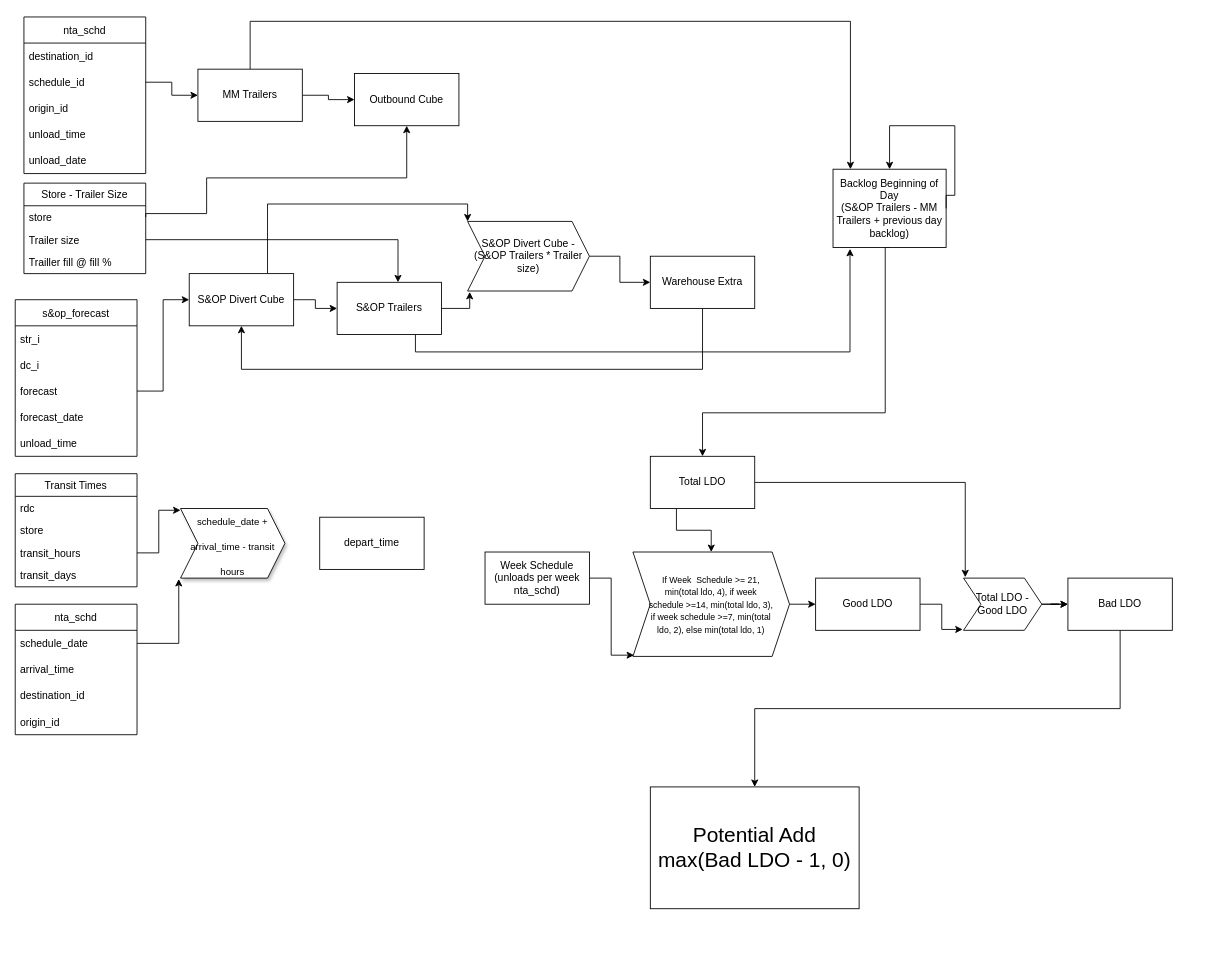
Above: Untitled Diagram.drawio in daniale93/draw.io (draw.io), before the change. Source tidied: cells renumbered, new cells numbered last; positions are measured from the earlier drawing's top-left corner, leaving out a move shared by most shapes. Both pictures are drawn from the tidied source at 87%, with x=0, y=0 at pixel (15, 17).
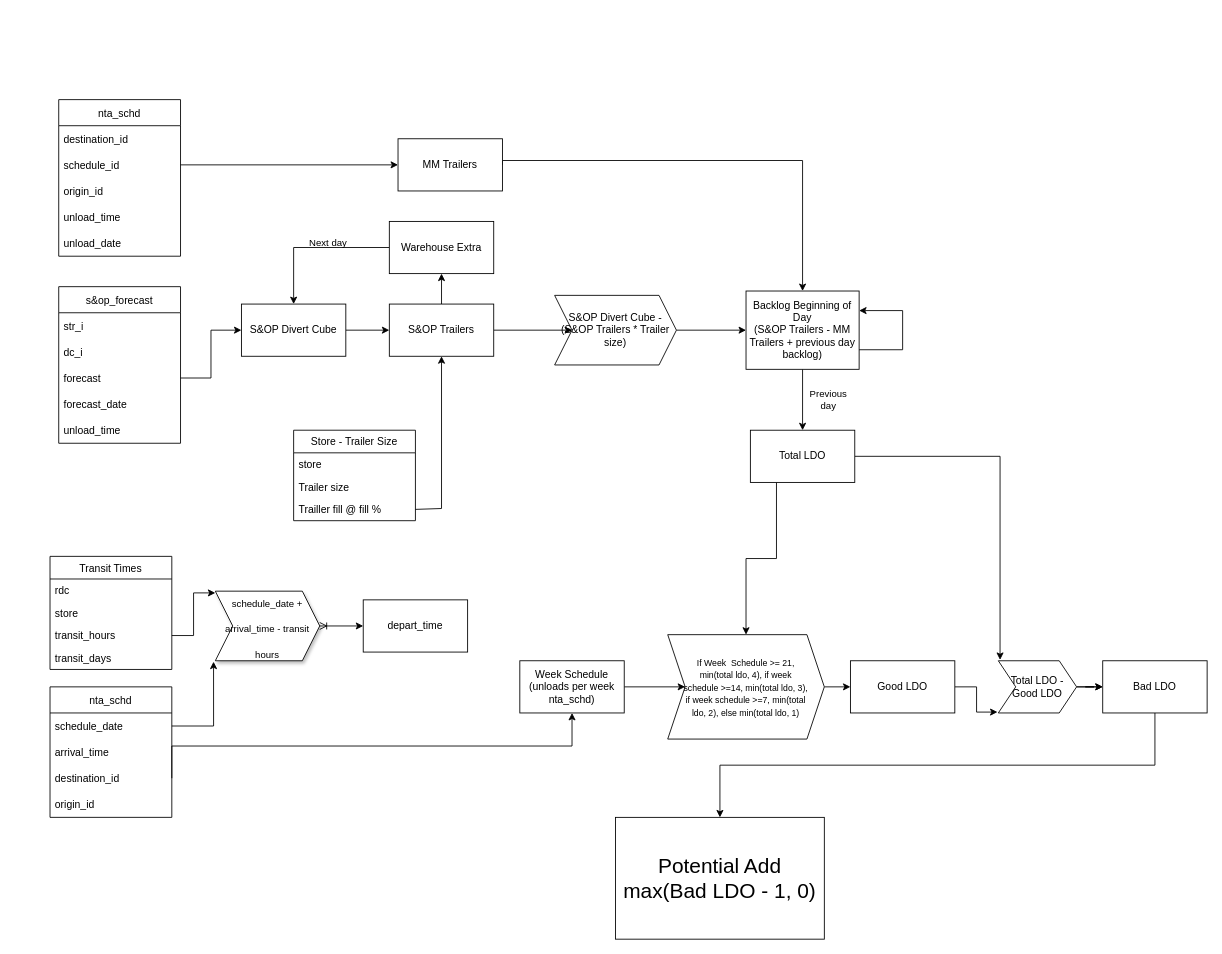
The same diagram, later.

The change refers to these unchanged cells:
```xml
<mxCell id="37" value="store" style="text;strokeColor=none;fillColor=none;align=left;verticalAlign=top;spacingLeft=4;spacingRight=4;overflow=hidden;points=[[0,0.5],[1,0.5]];portConstraint=eastwest;" parent="36" vertex="1">
  <mxGeometry y="26" width="140" height="26" as="geometry" />
</mxCell>
<mxCell id="38" value="Trailer size" style="text;strokeColor=none;fillColor=none;align=left;verticalAlign=top;spacingLeft=4;spacingRight=4;overflow=hidden;points=[[0,0.5],[1,0.5]];portConstraint=eastwest;" parent="36" vertex="1">
  <mxGeometry y="52" width="140" height="26" as="geometry" />
</mxCell>
<mxCell id="39" value="Trailler fill @ fill %" style="text;strokeColor=none;fillColor=none;align=left;verticalAlign=top;spacingLeft=4;spacingRight=4;overflow=hidden;points=[[0,0.5],[1,0.5]];portConstraint=eastwest;" parent="36" vertex="1">
  <mxGeometry y="78" width="140" height="26" as="geometry" />
</mxCell>
<mxCell id="61" value="destination_id" style="text;strokeColor=none;fillColor=none;align=left;verticalAlign=middle;spacingLeft=4;spacingRight=4;overflow=hidden;points=[[0,0.5],[1,0.5]];portConstraint=eastwest;" parent="58" vertex="1">
  <mxGeometry y="90" width="140" height="30" as="geometry" />
</mxCell>
```

Diff of the diagram source:
```diff
@@
     <mxCell id="2" value="&lt;font style=&quot;font-size: 24px&quot;&gt;Potential Add&lt;br&gt;max(Bad LDO - 1, 0)&lt;br&gt;&lt;/font&gt;" style="rounded=0;whiteSpace=wrap;html=1;" parent="1" vertex="1">
-      <mxGeometry x="730" y="885" width="240" height="140" as="geometry" />
+      <mxGeometry x="690" y="920" width="240" height="140" as="geometry" />
     </mxCell>
@@
     <mxCell id="4" value="Bad LDO" style="rounded=0;whiteSpace=wrap;html=1;" parent="1" vertex="1">
-      <mxGeometry x="1210" y="645" width="120" height="60" as="geometry" />
+      <mxGeometry x="1250" y="740" width="120" height="60" as="geometry" />
     </mxCell>
     <mxCell id="5" style="edgeStyle=orthogonalEdgeStyle;rounded=0;jettySize=auto;html=1;exitX=1;exitY=0.5;exitDx=0;exitDy=0;entryX=-0.011;entryY=0.983;entryDx=0;entryDy=0;entryPerimeter=0;fontSize=24;" parent="1" edge="1" source="6" target="57">
       <mxGeometry relative="1" as="geometry">
         <Array as="points">
-          <mxPoint x="1065" y="675" />
-          <mxPoint x="1065" y="704" />
+          <mxPoint x="1105" y="770" />
+          <mxPoint x="1105" y="799" />
         </Array>
       </mxGeometry>
     </mxCell>
     <mxCell id="6" value="Good LDO" style="rounded=0;whiteSpace=wrap;html=1;" parent="1" vertex="1">
-      <mxGeometry x="920" y="645" width="120" height="60" as="geometry" />
+      <mxGeometry x="960" y="740" width="120" height="60" as="geometry" />
     </mxCell>
@@
     <mxCell id="9" value="Total LDO" style="rounded=0;whiteSpace=wrap;html=1;" parent="1" vertex="1">
-      <mxGeometry x="730" y="505" width="120" height="60" as="geometry" />
+      <mxGeometry x="845" y="475" width="120" height="60" as="geometry" />
     </mxCell>
-    <mxCell id="10" style="edgeStyle=orthogonalEdgeStyle;rounded=0;jettySize=auto;html=1;exitX=0.5;exitY=1;exitDx=0;exitDy=0;entryX=0.5;entryY=0;entryDx=0;entryDy=0;" parent="1" edge="1" source="11" target="9">
-      <mxGeometry relative="1" as="geometry">
-        <Array as="points">
-          <mxPoint x="1000" y="455" />
-          <mxPoint x="790" y="455" />
-        </Array>
-      </mxGeometry>
+    <mxCell id="10" style="edgeStyle=elbowEdgeStyle;rounded=0;jumpStyle=arc;jettySize=auto;elbow=vertical;html=1;exitX=0.5;exitY=1;exitDx=0;exitDy=0;entryX=0.5;entryY=0;entryDx=0;entryDy=0;fontSize=11;startArrow=none;startFill=0;" parent="1" edge="1" source="11" target="9">
+      <mxGeometry relative="1" as="geometry" />
     </mxCell>
     <mxCell id="11" value="Backlog Beginning of Day&lt;br&gt;(S&amp;amp;OP Trailers - MM Trailers + previous day backlog)" style="rounded=0;whiteSpace=wrap;html=1;" parent="1" vertex="1">
-      <mxGeometry x="940" y="175" width="130" height="90" as="geometry" />
+      <mxGeometry x="840" y="315" width="130" height="90" as="geometry" />
     </mxCell>
-    <mxCell id="12" style="edgeStyle=orthogonalEdgeStyle;rounded=0;jettySize=auto;html=1;exitX=0.5;exitY=1;exitDx=0;exitDy=0;entryX=0.5;entryY=1;entryDx=0;entryDy=0;" parent="1" edge="1" source="13" target="20">
+    <mxCell id="12" style="edgeStyle=elbowEdgeStyle;rounded=0;jumpStyle=arc;jettySize=auto;elbow=vertical;html=1;exitX=0;exitY=0.5;exitDx=0;exitDy=0;entryX=0.5;entryY=0;entryDx=0;entryDy=0;fontSize=11;startArrow=none;startFill=0;" parent="1" edge="1" source="13" target="20">
       <mxGeometry relative="1" as="geometry">
         <Array as="points">
-          <mxPoint x="790" y="405" />
-          <mxPoint x="260" y="405" />
+          <mxPoint x="380" y="265" />
         </Array>
       </mxGeometry>
     </mxCell>
     <mxCell id="13" value="Warehouse Extra" style="rounded=0;whiteSpace=wrap;html=1;" parent="1" vertex="1">
-      <mxGeometry x="730" y="275" width="120" height="60" as="geometry" />
+      <mxGeometry x="430" y="235" width="120" height="60" as="geometry" />
     </mxCell>
-    <mxCell id="14" style="edgeStyle=orthogonalEdgeStyle;rounded=0;jettySize=auto;html=1;exitX=1;exitY=0.5;exitDx=0;exitDy=0;entryX=0.017;entryY=1.013;entryDx=0;entryDy=0;entryPerimeter=0;" parent="1" edge="1" source="16" target="49">
+    <mxCell id="14" style="edgeStyle=elbowEdgeStyle;rounded=0;jumpStyle=arc;jettySize=auto;elbow=vertical;html=1;exitX=1;exitY=0.5;exitDx=0;exitDy=0;fontSize=11;startArrow=none;startFill=0;" parent="1" edge="1" source="16" target="49">
       <mxGeometry relative="1" as="geometry" />
     </mxCell>
-    <mxCell id="15" style="edgeStyle=orthogonalEdgeStyle;rounded=0;jettySize=auto;html=1;exitX=0.75;exitY=1;exitDx=0;exitDy=0;entryX=0.15;entryY=1.017;entryDx=0;entryDy=0;entryPerimeter=0;" parent="1" edge="1" source="16" target="11">
-      <mxGeometry relative="1" as="geometry" />
-    </mxCell>
+    <mxCell id="68" style="edgeStyle=elbowEdgeStyle;rounded=0;jumpStyle=arc;jettySize=auto;elbow=vertical;html=1;exitX=0.5;exitY=0;exitDx=0;exitDy=0;entryX=0.5;entryY=1;entryDx=0;entryDy=0;fontSize=11;startArrow=none;startFill=0;" parent="1" edge="1" source="16" target="13">
+      <mxGeometry relative="1" as="geometry" />
+    </mxCell>
     <mxCell id="16" value="S&amp;amp;OP Trailers" style="rounded=0;whiteSpace=wrap;html=1;" parent="1" vertex="1">
-      <mxGeometry x="370" y="305" width="120" height="60" as="geometry" />
+      <mxGeometry x="430" y="330" width="120" height="60" as="geometry" />
     </mxCell>
-    <mxCell id="17" value="Outbound Cube" style="rounded=0;whiteSpace=wrap;html=1;" parent="1" vertex="1">
-      <mxGeometry x="390" y="65" width="120" height="60" as="geometry" />
-    </mxCell>
@@
-    <mxCell id="19" style="edgeStyle=orthogonalEdgeStyle;rounded=0;jettySize=auto;html=1;exitX=0.75;exitY=0;exitDx=0;exitDy=0;entryX=0;entryY=0;entryDx=0;entryDy=0;entryPerimeter=0;" parent="1" edge="1" source="20" target="49">
-      <mxGeometry relative="1" as="geometry" />
-    </mxCell>
     <mxCell id="20" value="S&amp;amp;OP Divert Cube" style="rounded=0;whiteSpace=wrap;html=1;" parent="1" vertex="1">
-      <mxGeometry x="200" y="295" width="120" height="60" as="geometry" />
+      <mxGeometry x="260" y="330" width="120" height="60" as="geometry" />
     </mxCell>
-    <mxCell id="21" style="edgeStyle=orthogonalEdgeStyle;rounded=0;jettySize=auto;html=1;exitX=1;exitY=0.5;exitDx=0;exitDy=0;entryX=0;entryY=0.5;entryDx=0;entryDy=0;" parent="1" edge="1" source="23" target="17">
-      <mxGeometry relative="1" as="geometry" />
-    </mxCell>
-    <mxCell id="22" style="edgeStyle=orthogonalEdgeStyle;rounded=0;jettySize=auto;html=1;exitX=0.5;exitY=0;exitDx=0;exitDy=0;" parent="1" edge="1" source="23" target="11">
+    <mxCell id="22" style="edgeStyle=elbowEdgeStyle;rounded=0;jumpStyle=arc;jettySize=auto;elbow=vertical;html=1;exitX=1;exitY=0.5;exitDx=0;exitDy=0;entryX=0.5;entryY=0;entryDx=0;entryDy=0;fontSize=11;startArrow=none;startFill=0;" parent="1" edge="1" source="23" target="11">
       <mxGeometry relative="1" as="geometry">
         <Array as="points">
-          <mxPoint x="270" y="5" />
-          <mxPoint x="960" y="5" />
+          <mxPoint x="740" y="165" />
         </Array>
       </mxGeometry>
     </mxCell>
     <mxCell id="23" value="MM Trailers" style="rounded=0;whiteSpace=wrap;html=1;" parent="1" vertex="1">
-      <mxGeometry x="210" y="60" width="120" height="60" as="geometry" />
+      <mxGeometry x="440" y="140" width="120" height="60" as="geometry" />
     </mxCell>
     <mxCell id="24" value="nta_schd" style="swimlane;fontStyle=0;horizontal=1;startSize=30;" parent="1" vertex="1">
-      <mxGeometry x="10" width="140" height="180" as="geometry" />
+      <mxGeometry x="50" y="95" width="140" height="180" as="geometry" />
     </mxCell>
@@
     <mxCell id="30" value="Transit Times" style="swimlane;fontStyle=0;horizontal=1;startSize=26;fillColor=none;" parent="1" vertex="1">
-      <mxGeometry y="525" width="140" height="130" as="geometry" />
+      <mxGeometry x="40" y="620" width="140" height="130" as="geometry" />
     </mxCell>
@@
     <mxCell id="35" value="depart_time" style="rounded=0;whiteSpace=wrap;html=1;" parent="1" vertex="1">
-      <mxGeometry x="350" y="575" width="120" height="60" as="geometry" />
+      <mxGeometry x="400" y="670" width="120" height="60" as="geometry" />
     </mxCell>
     <mxCell id="36" value="Store - Trailer Size" style="swimlane;fontStyle=0;horizontal=1;startSize=26;fillColor=none;" parent="1" vertex="1">
-      <mxGeometry x="10" y="191" width="140" height="104" as="geometry" />
+      <mxGeometry x="320" y="475" width="140" height="104" as="geometry" />
     </mxCell>
@@
     <mxCell id="40" value="s&amp;op_forecast" style="swimlane;fontStyle=0;horizontal=1;startSize=30;" parent="1" vertex="1">
-      <mxGeometry y="325" width="140" height="180" as="geometry" />
+      <mxGeometry x="50" y="310" width="140" height="180" as="geometry" />
     </mxCell>
@@
-    <mxCell id="48" style="edgeStyle=orthogonalEdgeStyle;rounded=0;jettySize=auto;html=1;exitX=1;exitY=0.5;exitDx=0;exitDy=0;entryX=0;entryY=0.5;entryDx=0;entryDy=0;" parent="1" edge="1" source="49" target="13">
-      <mxGeometry relative="1" as="geometry" />
-    </mxCell>
+    <mxCell id="69" style="edgeStyle=elbowEdgeStyle;rounded=0;jumpStyle=arc;jettySize=auto;elbow=vertical;html=1;exitX=1;exitY=0.5;exitDx=0;exitDy=0;entryX=0;entryY=0.5;entryDx=0;entryDy=0;fontSize=11;startArrow=none;startFill=0;" parent="1" edge="1" source="49" target="11">
+      <mxGeometry relative="1" as="geometry" />
+    </mxCell>
     <mxCell id="49" value="S&amp;amp;OP Divert Cube - (S&amp;amp;OP Trailers * Trailer size)" style="shape=step;perimeter=stepPerimeter;whiteSpace=wrap;html=1;fixedSize=1;" parent="1" vertex="1">
-      <mxGeometry x="520" y="235" width="140" height="80" as="geometry" />
+      <mxGeometry x="620" y="320" width="140" height="80" as="geometry" />
     </mxCell>
-    <mxCell id="50" style="edgeStyle=orthogonalEdgeStyle;rounded=0;orthogonalLoop=1;jettySize=auto;html=1;exitX=1;exitY=0.5;exitDx=0;exitDy=0;entryX=0.5;entryY=0;entryDx=0;entryDy=0;" parent="1" edge="1" source="11" target="11">
-      <mxGeometry relative="1" as="geometry">
-        <Array as="points">
-          <mxPoint x="1070" y="205" />
-          <mxPoint x="1080" y="205" />
-          <mxPoint x="1080" y="125" />
-          <mxPoint x="1005" y="125" />
-        </Array>
-      </mxGeometry>
-    </mxCell>
-    <mxCell id="51" style="edgeStyle=orthogonalEdgeStyle;rounded=0;jettySize=auto;html=1;exitX=1;exitY=0.5;exitDx=0;exitDy=0;entryX=0.007;entryY=0.988;entryDx=0;entryDy=0;entryPerimeter=0;fontSize=10;" parent="1" edge="1" source="52" target="54">
+    <mxCell id="51" style="edgeStyle=elbowEdgeStyle;rounded=0;jumpStyle=arc;jettySize=auto;elbow=vertical;html=1;exitX=1;exitY=0.5;exitDx=0;exitDy=0;entryX=0;entryY=0.5;entryDx=0;entryDy=0;fontSize=11;startArrow=none;startFill=0;" parent="1" edge="1" source="52" target="54">
       <mxGeometry relative="1" as="geometry" />
     </mxCell>
     <mxCell id="52" value="Week Schedule (unloads per week nta_schd)" style="rounded=0;whiteSpace=wrap;html=1;" parent="1" vertex="1">
-      <mxGeometry x="540" y="615" width="120" height="60" as="geometry" />
+      <mxGeometry x="580" y="740" width="120" height="60" as="geometry" />
     </mxCell>
@@
     <mxCell id="54" value="&lt;table border=&quot;0&quot; cellpadding=&quot;0&quot; cellspacing=&quot;0&quot; width=&quot;145&quot; style=&quot;border-collapse: collapse ; width: 109pt&quot;&gt;&lt;colgroup&gt;&lt;col width=&quot;145&quot; style=&quot;width: 109pt&quot;&gt;&lt;/colgroup&gt;&lt;tbody&gt;&lt;tr style=&quot;height: 16pt&quot;&gt;&lt;td height=&quot;21&quot; width=&quot;145&quot; style=&quot;padding-top: 1px ; padding-right: 1px ; padding-left: 1px ; font-family: &amp;#34;calibri&amp;#34; , sans-serif ; vertical-align: bottom ; border: none ; height: 16pt ; width: 109pt&quot;&gt;&lt;font style=&quot;font-size: 10px&quot;&gt;If Week&amp;nbsp; Schedule &amp;gt;= 21, min(total ldo, 4), if week schedule &amp;gt;=14, min(total ldo, 3), if week schedule &amp;gt;=7, min(total ldo, 2), else min(total ldo, 1)&lt;/font&gt;&lt;/td&gt;&lt;/tr&gt;&lt;/tbody&gt;&lt;/table&gt;" style="shape=step;perimeter=stepPerimeter;whiteSpace=wrap;html=1;fixedSize=1;" parent="1" vertex="1">
-      <mxGeometry x="710" y="615" width="180" height="120" as="geometry" />
+      <mxGeometry x="750" y="710" width="180" height="120" as="geometry" />
     </mxCell>
@@
     <mxCell id="57" value="Total LDO - Good LDO" style="shape=step;perimeter=stepPerimeter;whiteSpace=wrap;html=1;fixedSize=1;" parent="1" vertex="1">
-      <mxGeometry x="1090" y="645" width="90" height="60" as="geometry" />
+      <mxGeometry x="1130" y="740" width="90" height="60" as="geometry" />
     </mxCell>
     <mxCell id="58" value="nta_schd" style="swimlane;fontStyle=0;horizontal=1;startSize=30;" parent="1" vertex="1">
-      <mxGeometry y="675" width="140" height="150" as="geometry" />
+      <mxGeometry x="40" y="770" width="140" height="150" as="geometry" />
     </mxCell>
@@
+    <mxCell id="70" style="edgeStyle=elbowEdgeStyle;rounded=0;jumpStyle=arc;jettySize=auto;elbow=vertical;html=1;exitX=1;exitY=0.5;exitDx=0;exitDy=0;entryX=0;entryY=0.5;entryDx=0;entryDy=0;fontSize=11;startArrow=ERoneToMany;startFill=0;" parent="1" edge="1" source="63" target="35">
+      <mxGeometry relative="1" as="geometry" />
+    </mxCell>
     <mxCell id="63" value="&lt;span style=&quot;font-size: 11px&quot;&gt;schedule_date + arrival_time - transit hours&lt;/span&gt;" style="shape=step;perimeter=stepPerimeter;whiteSpace=wrap;html=1;fixedSize=1;shadow=1;fontSize=24;" parent="1" vertex="1">
-      <mxGeometry x="190" y="565" width="120" height="80" as="geometry" />
+      <mxGeometry x="230" y="660" width="120" height="80" as="geometry" />
     </mxCell>
@@
-    <mxCell id="66" style="edgeStyle=orthogonalEdgeStyle;rounded=0;jettySize=auto;html=1;exitX=1;exitY=0.5;exitDx=0;exitDy=0;entryX=0.583;entryY=0;entryDx=0;entryDy=0;entryPerimeter=0;fontSize=11;" parent="1" edge="1" source="38" target="16">
-      <mxGeometry relative="1" as="geometry" />
-    </mxCell>
-    <mxCell id="67" style="edgeStyle=orthogonalEdgeStyle;rounded=0;jettySize=auto;html=1;exitX=1;exitY=0.5;exitDx=0;exitDy=0;entryX=0.5;entryY=1;entryDx=0;entryDy=0;fontSize=11;" parent="1" edge="1" source="37" target="17">
-      <mxGeometry relative="1" as="geometry">
-        <Array as="points">
-          <mxPoint x="220" y="226" />
-          <mxPoint x="220" y="185" />
-          <mxPoint x="450" y="185" />
-        </Array>
-      </mxGeometry>
-    </mxCell>
+    <mxCell id="71" style="edgeStyle=elbowEdgeStyle;rounded=0;jumpStyle=arc;jettySize=auto;elbow=vertical;html=1;exitX=1;exitY=0.5;exitDx=0;exitDy=0;entryX=0.5;entryY=1;entryDx=0;entryDy=0;fontSize=11;startArrow=none;startFill=0;" parent="1" edge="1" source="39" target="16">
+      <mxGeometry relative="1" as="geometry">
+        <Array as="points">
+          <mxPoint x="490" y="565" />
+        </Array>
+      </mxGeometry>
+    </mxCell>
+    <mxCell id="50" style="edgeStyle=elbowEdgeStyle;rounded=0;jumpStyle=arc;orthogonalLoop=1;jettySize=auto;elbow=vertical;html=1;exitX=1;exitY=0.75;exitDx=0;exitDy=0;entryX=1;entryY=0.25;entryDx=0;entryDy=0;fontSize=11;startArrow=none;startFill=0;" parent="1" edge="1" source="11" target="11">
+      <mxGeometry relative="1" as="geometry">
+        <Array as="points">
+          <mxPoint x="1020" y="360" />
+          <mxPoint x="990" y="365" />
+        </Array>
+      </mxGeometry>
+    </mxCell>
+    <mxCell id="72" style="edgeStyle=elbowEdgeStyle;rounded=0;jumpStyle=arc;jettySize=auto;elbow=vertical;html=1;exitX=1;exitY=0.5;exitDx=0;exitDy=0;entryX=0.5;entryY=1;entryDx=0;entryDy=0;fontSize=11;startArrow=none;startFill=0;" parent="1" edge="1" source="61" target="52">
+      <mxGeometry relative="1" as="geometry" />
+    </mxCell>
+    <mxCell id="73" value="Next day" style="text;html=1;strokeColor=none;fillColor=none;align=center;verticalAlign=middle;whiteSpace=wrap;rounded=0;shadow=1;fontSize=11;" parent="1" vertex="1">
+      <mxGeometry x="330" y="245" width="60" height="30" as="geometry" />
+    </mxCell>
+    <mxCell id="74" value="Previous day" style="text;html=1;strokeColor=none;fillColor=none;align=center;verticalAlign=middle;whiteSpace=wrap;rounded=0;shadow=1;fontSize=11;" parent="1" vertex="1">
+      <mxGeometry x="905" y="425" width="60" height="30" as="geometry" />
+    </mxCell>
```
